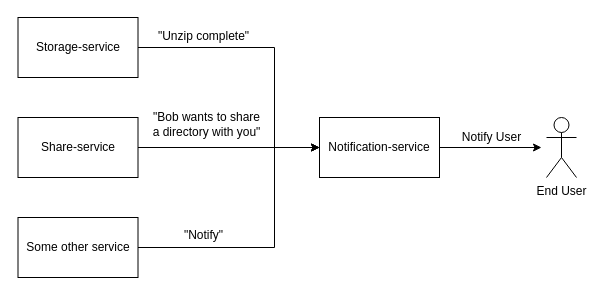
The draw.io diagram backend/notification-service/wiki/NotificationFlow.drawio in SDU-eScience/UCloud, before the edit. Source tidied: cells renumbered, new cells numbered last; positions are measured from the earlier drawing's top-left corner, leaving out a move shared by most shapes. Both pictures are drawn from the tidied source at 100%, with x=0, y=0 at pixel (18, 17).
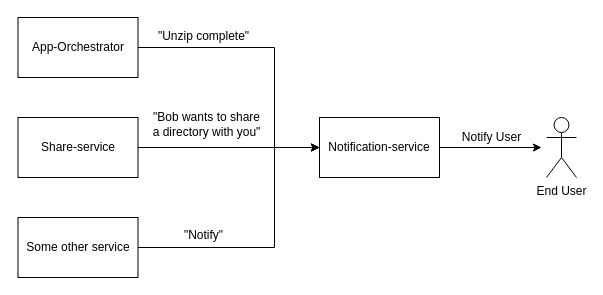
After the change.

Change to the diagram source:
```diff
@@
-    <mxCell id="7" value="Storage-service" style="rounded=0;whiteSpace=wrap;html=1;" parent="1" vertex="1">
+    <mxCell id="7" value="App-Orchestrator" style="rounded=0;whiteSpace=wrap;html=1;" parent="1" vertex="1">
       <mxGeometry x="-0.5" width="120" height="60" as="geometry" />
     </mxCell>
```
